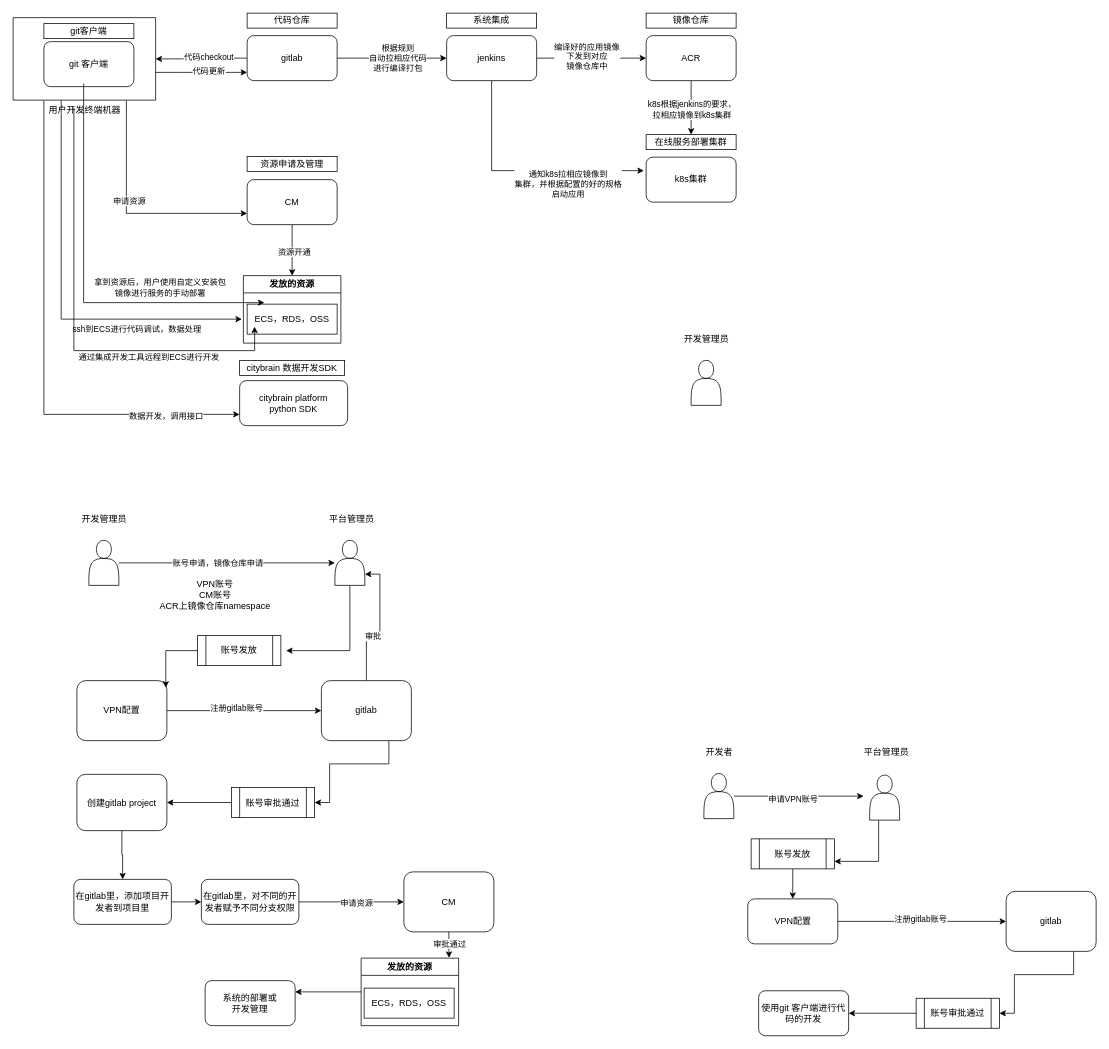
Before: process.drawio in nieo2002/20K-cities, a draw.io diagram. Source tidied: cells renumbered, new cells numbered last; positions are measured from the earlier drawing's top-left corner, leaving out a move shared by most shapes. Both pictures are drawn from the tidied source at 75%, with x=0, y=0 at pixel (13, 13).
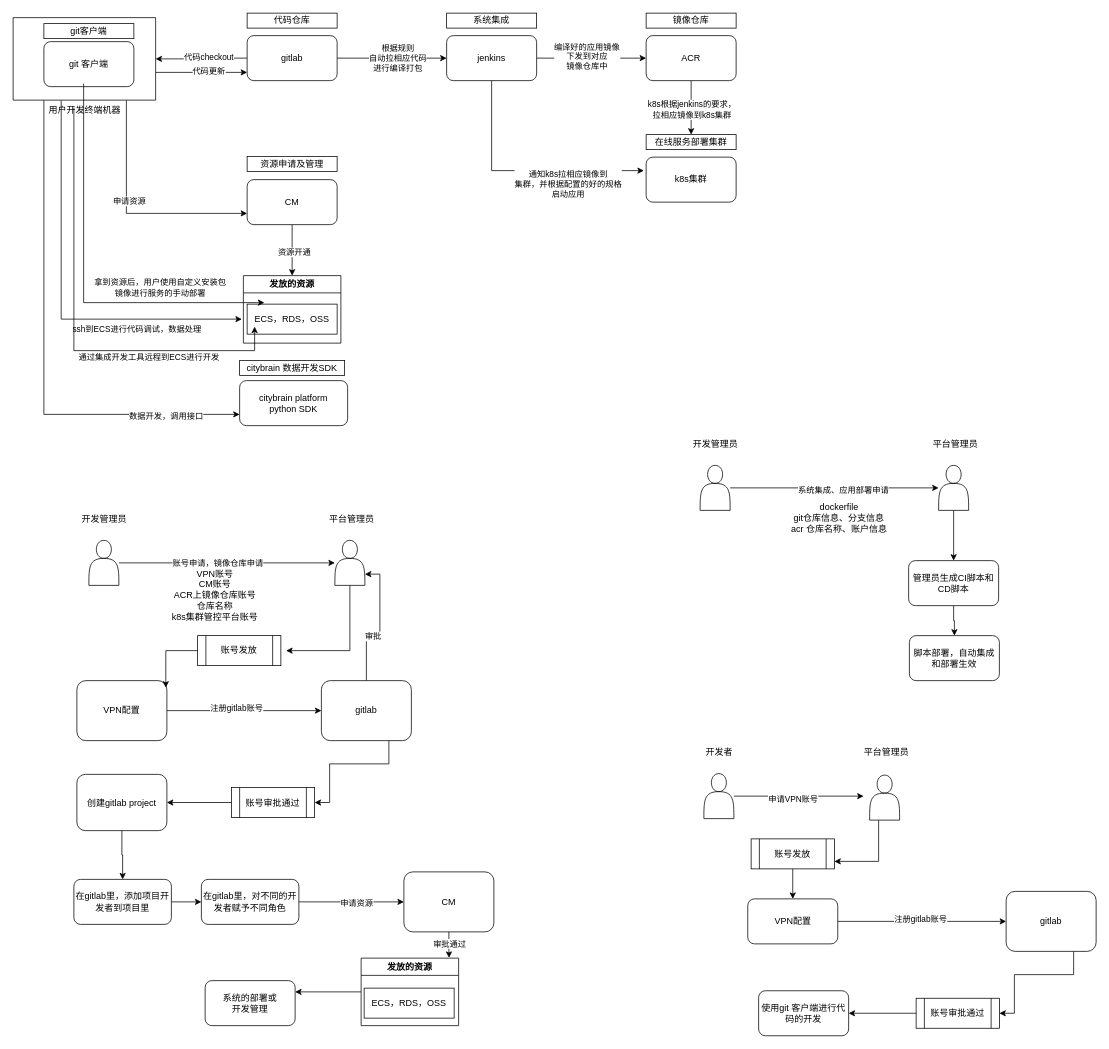
Above is the later version.

Change to the diagram source:
```diff
@@
-    <mxCell id="50" value="VPN账号&lt;br&gt;CM账号&lt;br&gt;ACR上镜像仓库namespace" style="text;html=1;align=center;verticalAlign=middle;strokeColor=none;fillColor=none;" parent="1" vertex="1">
-      <mxGeometry x="184" y="746" width="170" height="60" as="geometry" />
+    <mxCell id="50" value="VPN账号&lt;br&gt;CM账号&lt;br&gt;ACR上镜像仓库账号&lt;br&gt;仓库名称&lt;br&gt;k8s集群管控平台账号" style="text;html=1;align=center;verticalAlign=middle;strokeColor=none;fillColor=none;" parent="1" vertex="1">
+      <mxGeometry x="199" y="736" width="140" height="80" as="geometry" />
     </mxCell>
@@
-    <mxCell id="68" value="在gitlab里，对不同的开发者赋予不同分支权限" style="rounded=1;whiteSpace=wrap;html=1;" parent="1" vertex="1">
+    <mxCell id="68" value="在gitlab里，对不同的开发者赋予不同角色" style="rounded=1;whiteSpace=wrap;html=1;" parent="1" vertex="1">
       <mxGeometry x="251" y="1155" width="130" height="60" as="geometry" />
     </mxCell>
@@
+    <mxCell id="95" style="edgeStyle=orthogonalEdgeStyle;rounded=0;jettySize=auto;html=1;" parent="1" edge="1" source="93" target="98">
+      <mxGeometry relative="1" as="geometry" />
+    </mxCell>
+    <mxCell id="96" value="系统集成、应用部署申请" style="edgeLabel;html=1;align=center;verticalAlign=middle;" parent="95" vertex="1">
+      <mxGeometry x="0.08" y="-2" relative="1" as="geometry" />
+    </mxCell>
     <mxCell id="93" style="shape=actor;whiteSpace=wrap;html=1;" parent="1" vertex="1">
-      <mxGeometry x="904" y="463" width="40" height="60" as="geometry" />
+      <mxGeometry x="916" y="603" width="40" height="60" as="geometry" />
     </mxCell>
     <mxCell id="94" value="开发管理员" style="text;html=1;align=center;verticalAlign=middle;strokeColor=none;fillColor=none;" parent="1" vertex="1">
-      <mxGeometry x="884" y="420" width="80" height="30" as="geometry" />
+      <mxGeometry x="896" y="560" width="80" height="30" as="geometry" />
     </mxCell>
+    <mxCell id="97" style="edgeStyle=orthogonalEdgeStyle;rounded=0;jettySize=auto;html=1;" parent="1" edge="1" source="98" target="102">
+      <mxGeometry relative="1" as="geometry" />
+    </mxCell>
+    <mxCell id="98" style="shape=actor;whiteSpace=wrap;html=1;" parent="1" vertex="1">
+      <mxGeometry x="1234" y="603" width="40" height="60" as="geometry" />
+    </mxCell>
+    <mxCell id="99" value="平台管理员" style="text;html=1;align=center;verticalAlign=middle;strokeColor=none;fillColor=none;" parent="1" vertex="1">
+      <mxGeometry x="1216" y="560" width="80" height="30" as="geometry" />
+    </mxCell>
+    <mxCell id="100" value="dockerfile&lt;br&gt;git仓库信息、分支信息&lt;br&gt;acr 仓库名称、账户信息" style="text;html=1;align=center;verticalAlign=middle;strokeColor=none;fillColor=none;" parent="1" vertex="1">
+      <mxGeometry x="1026" y="643" width="150" height="60" as="geometry" />
+    </mxCell>
+    <mxCell id="101" style="edgeStyle=orthogonalEdgeStyle;rounded=0;jettySize=auto;html=1;" parent="1" edge="1" source="102" target="103">
+      <mxGeometry relative="1" as="geometry" />
+    </mxCell>
+    <mxCell id="102" value="管理员生成CI脚本和CD脚本" style="rounded=1;whiteSpace=wrap;html=1;" parent="1" vertex="1">
+      <mxGeometry x="1194" y="730" width="120" height="60" as="geometry" />
+    </mxCell>
+    <mxCell id="103" value="脚本部署，自动集成和部署生效" style="rounded=1;whiteSpace=wrap;html=1;" parent="1" vertex="1">
+      <mxGeometry x="1195" y="830" width="120" height="60" as="geometry" />
+    </mxCell>
```
